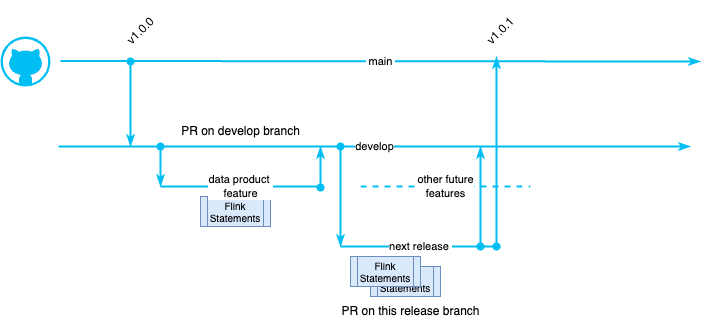
This is docs/images/bg_2_2_branch.drawio.png from jbcodeforce/shift_left_utils, a draw.io export, as it was before one commit. Source tidied: cells renumbered, new cells last; positions are measured from the earlier drawing's top-left corner, leaving out a move shared by most shapes.
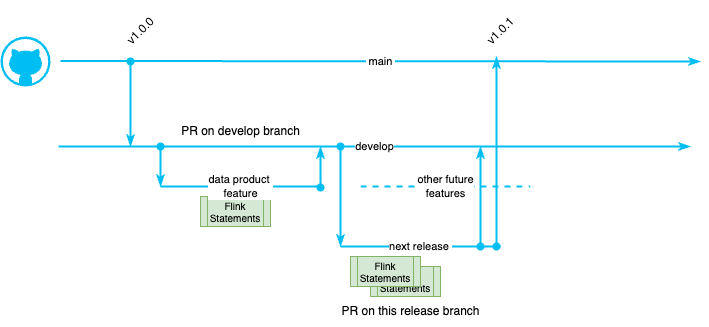
The same file after the commit.

What changed in the source:
```diff
@@ -23,13 +23,13 @@
         <mxPoint x="130" y="130" as="targetPoint" />
       </mxGeometry>
     </mxCell>
-    <mxCell id="6" value="Flink Statements" style="shape=process;whiteSpace=wrap;html=1;backgroundOutline=1;fillColor=#dae8fc;strokeColor=#6c8ebf;fontSize=10;" parent="1" vertex="1">
+    <mxCell id="6" value="Flink Statements" style="shape=process;whiteSpace=wrap;html=1;backgroundOutline=1;fillColor=#d5e8d4;strokeColor=#82b366;fontSize=10;" parent="1" vertex="1">
       <mxGeometry x="370" y="250" width="70" height="30" as="geometry" />
     </mxCell>
-    <mxCell id="7" value="Flink Statements" style="shape=process;whiteSpace=wrap;html=1;backgroundOutline=1;fillColor=#dae8fc;strokeColor=#6c8ebf;fontSize=10;" parent="1" vertex="1">
+    <mxCell id="7" value="Flink Statements" style="shape=process;whiteSpace=wrap;html=1;backgroundOutline=1;fillColor=#d5e8d4;strokeColor=#82b366;fontSize=10;" parent="1" vertex="1">
       <mxGeometry x="350" y="240" width="70" height="30" as="geometry" />
     </mxCell>
-    <mxCell id="8" value="Flink Statements" style="shape=process;whiteSpace=wrap;html=1;backgroundOutline=1;fillColor=#dae8fc;strokeColor=#6c8ebf;fontSize=10;" parent="1" vertex="1">
+    <mxCell id="8" value="Flink Statements" style="shape=process;whiteSpace=wrap;html=1;backgroundOutline=1;fillColor=#d5e8d4;strokeColor=#82b366;fontSize=10;" parent="1" vertex="1">
       <mxGeometry x="200" y="180" width="70" height="30" as="geometry" />
     </mxCell>
     <mxCell id="9" style="endArrow=oval;html=1;strokeColor=#00BEF2;strokeWidth=2;startArrow=classicThin;startFill=1;endFill=1;" parent="1" edge="1">
```
